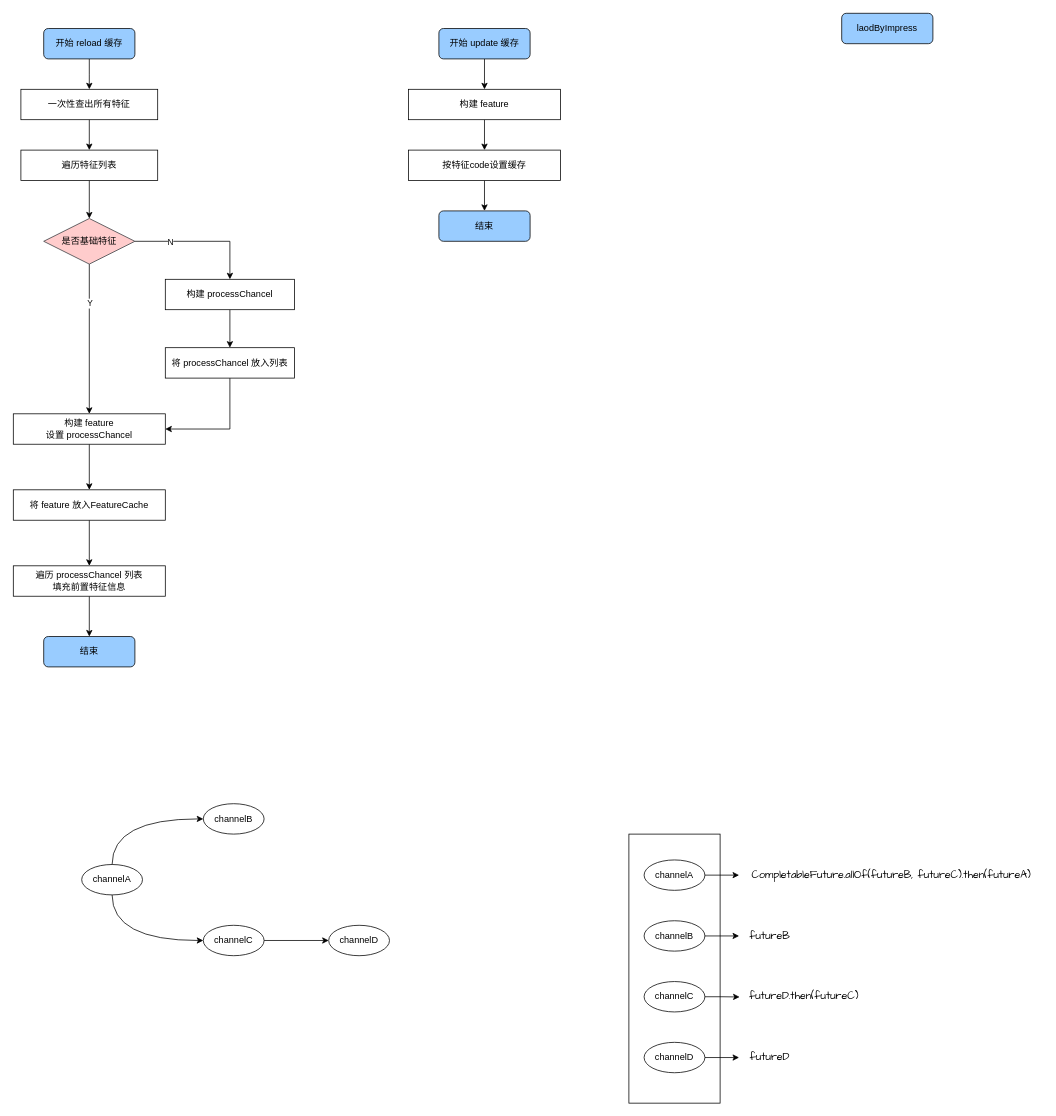
Above: feature加载&计算.drawio in 999V/draw (draw.io), before the change. Source tidied: cells renumbered, new cells numbered last; positions are measured from the earlier drawing's top-left corner, leaving out a move shared by most shapes. Both pictures are drawn from the tidied source at 76%, with x=0, y=0 at pixel (13, 13).
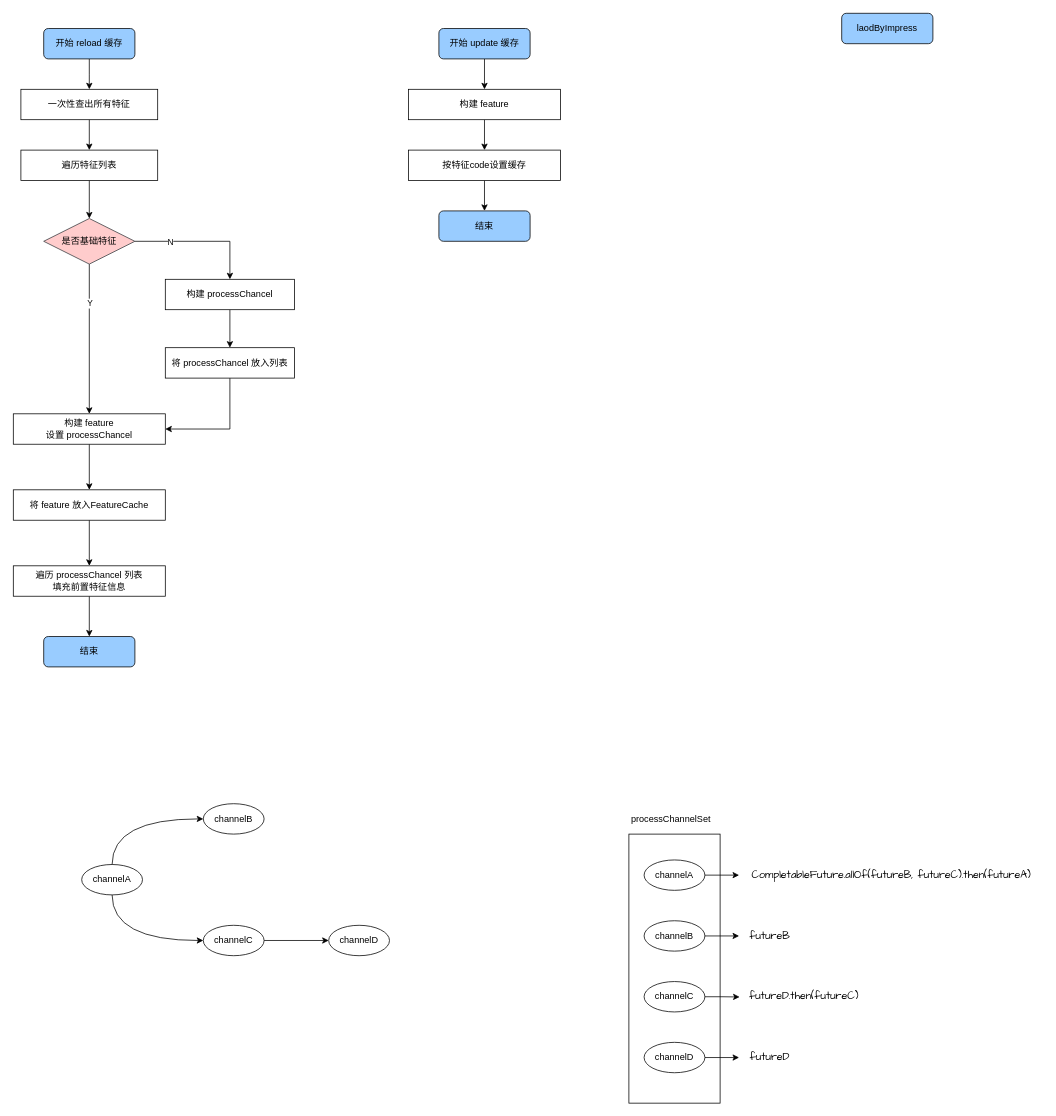
Above is the later version.

Commit message:
更新feature加载&计算.drawio

The edit, as a diff of the source:
```diff
@@
+    <mxCell id="52" value="processChannelSet" style="text;html=1;align=center;verticalAlign=middle;strokeColor=none;fillColor=none;" parent="1" vertex="1">
+      <mxGeometry x="800" y="1045" width="130" height="30" as="geometry" />
+    </mxCell>
```
